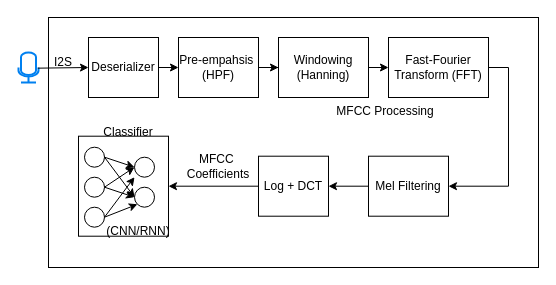
The draw.io diagram figs/KWS-architecture-v2.drawio in mixignal/Agentic-RTL2GDS-VLSID25, before the edit. Source tidied: cells renumbered, new cells numbered last; positions are measured from the earlier drawing's top-left corner, leaving out a move shared by most shapes. Both pictures are drawn from the tidied source at 100%, with x=0, y=0 at pixel (18, 17).
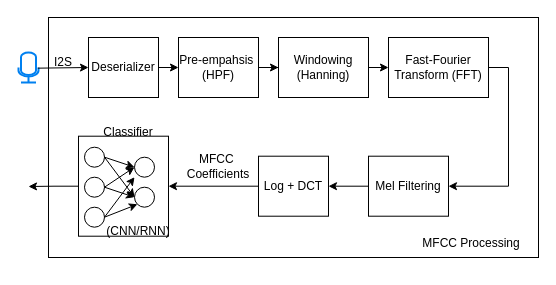
The same diagram, later.

The change refers to these unchanged cells:
```xml
<mxCell id="12" style="group;" parent="1" vertex="1">
  <mxGeometry x="60" y="119.7" width="90" height="100" as="geometry" />
</mxCell>
<mxCell id="13" style="rounded=0;whiteSpace=wrap;html=1;" parent="12" vertex="1">
  <mxGeometry y="-1" width="90" height="100" as="geometry" />
</mxCell>
```

What changed in the source:
```diff
@@
     <mxCell id="2" style="rounded=0;whiteSpace=wrap;html=1;" parent="1" vertex="1">
-      <mxGeometry x="30" width="490" height="250" as="geometry" />
+      <mxGeometry x="30" width="490" height="240" as="geometry" />
     </mxCell>
@@
+    <mxCell id="35" style="edgeStyle=orthogonalEdgeStyle;rounded=0;jettySize=auto;html=1;exitX=0;exitY=0.5;exitDx=0;exitDy=0;" parent="12" edge="1" source="13">
+      <mxGeometry relative="1" as="geometry">
+        <mxPoint x="-50" y="49.3" as="targetPoint" />
+      </mxGeometry>
+    </mxCell>
@@
     <mxCell id="27" value="MFCC Processing" style="text;strokeColor=none;align=center;fillColor=none;html=1;verticalAlign=middle;whiteSpace=wrap;rounded=0;" parent="1" vertex="1">
-      <mxGeometry x="300" y="80" width="134" height="28.7" as="geometry" />
+      <mxGeometry x="386" y="211.3" width="134" height="28.7" as="geometry" />
     </mxCell>
```
